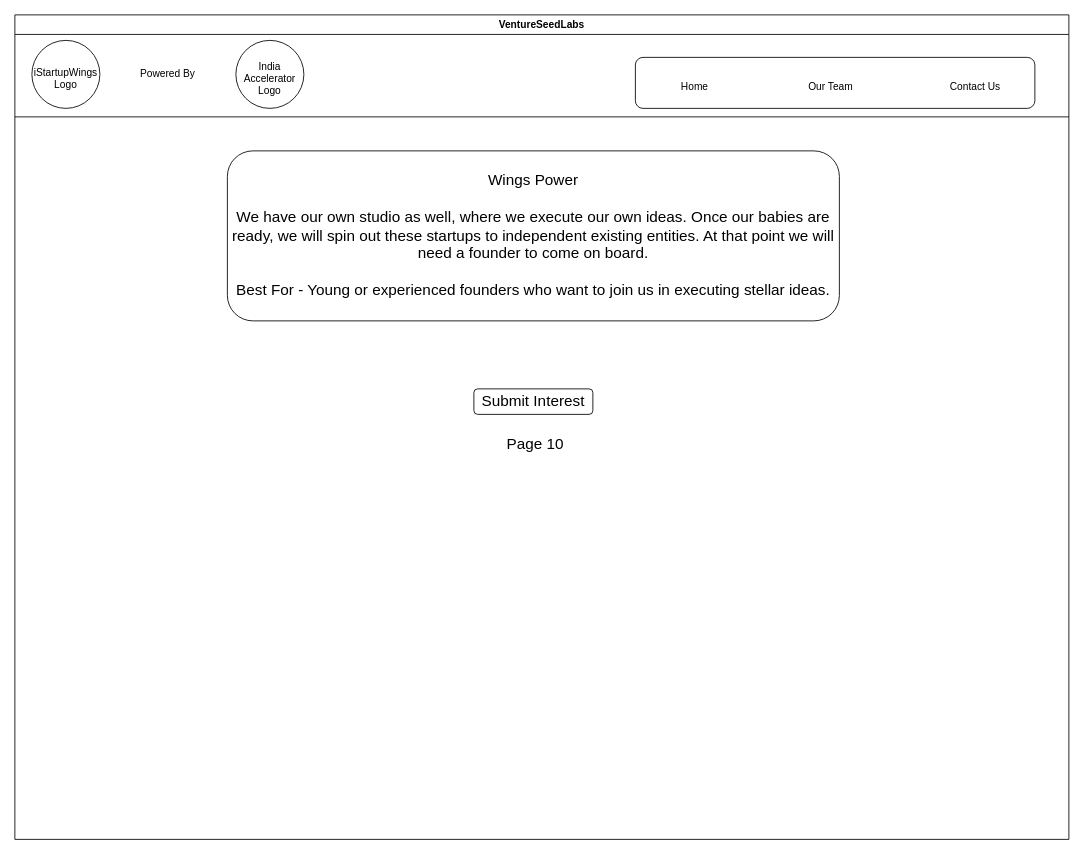
Earlier version of the draw.io diagram page "Wings Power" (5 of 13) of iStartupWings.drawio (snair0410/story). Source tidied: cells renumbered, new cells numbered last; positions are measured from the earlier drawing's top-left corner, leaving out a move shared by most shapes. Both pictures are drawn from the tidied source at 85%, with x=0, y=0 at pixel (14, 14).
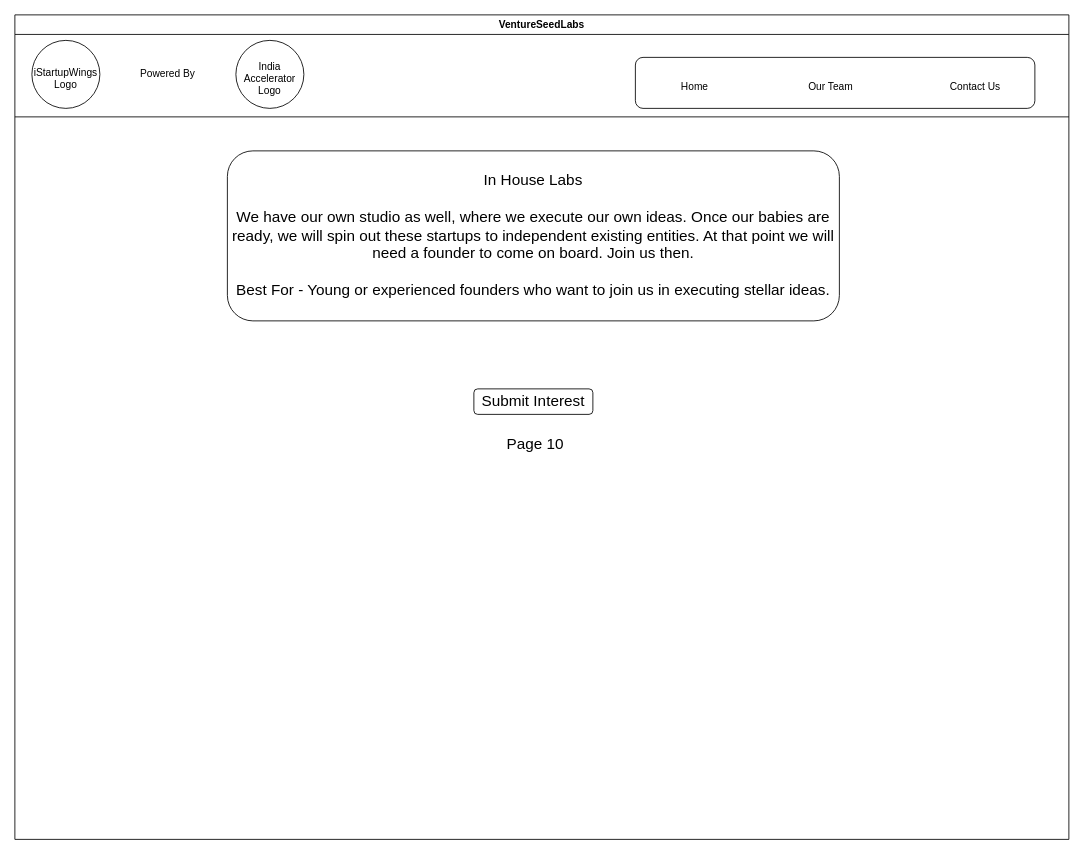
Above is the later version.

What changed in the source:
```diff
@@
 <mxGraphModel>
   <root>
     <mxCell id="0" />
     <mxCell id="1" parent="0" />
     <mxCell id="2" value="VentureSeedLabs" style="swimlane;" parent="1" vertex="1">
       <mxGeometry width="1240" height="970" as="geometry" />
     </mxCell>
     <mxCell id="3" style="ellipse;whiteSpace=wrap;html=1;" parent="2" vertex="1">
       <mxGeometry x="20" y="30" width="80" height="80" as="geometry" />
     </mxCell>
     <mxCell id="4" value="iStartupWings Logo" style="text;html=1;strokeColor=none;fillColor=none;align=center;verticalAlign=middle;whiteSpace=wrap;rounded=0;" parent="2" vertex="1">
       <mxGeometry x="30" y="60" width="60" height="30" as="geometry" />
     </mxCell>
     <mxCell id="5" value="Powered By" style="text;html=1;strokeColor=none;fillColor=none;align=center;verticalAlign=middle;whiteSpace=wrap;rounded=0;" parent="2" vertex="1">
       <mxGeometry x="130" y="55" width="100" height="30" as="geometry" />
     </mxCell>
     <mxCell id="6" style="ellipse;whiteSpace=wrap;html=1;" parent="2" vertex="1">
       <mxGeometry x="260" y="30" width="80" height="80" as="geometry" />
     </mxCell>
     <mxCell id="7" value="India Accelerator Logo" style="text;html=1;strokeColor=none;fillColor=none;align=center;verticalAlign=middle;whiteSpace=wrap;rounded=0;" parent="2" vertex="1">
       <mxGeometry x="270" y="60" width="60" height="30" as="geometry" />
     </mxCell>
     <mxCell id="8" style="rounded=1;whiteSpace=wrap;html=1;" parent="2" vertex="1">
       <mxGeometry x="730" y="50" width="470" height="60" as="geometry" />
     </mxCell>
     <mxCell id="9" value="Home" style="text;html=1;strokeColor=none;fillColor=none;align=center;verticalAlign=middle;whiteSpace=wrap;rounded=0;" parent="2" vertex="1">
       <mxGeometry x="750" y="70" width="100" height="30" as="geometry" />
     </mxCell>
     <mxCell id="10" value="Our Team" style="text;html=1;strokeColor=none;fillColor=none;align=center;verticalAlign=middle;whiteSpace=wrap;rounded=0;" parent="2" vertex="1">
       <mxGeometry x="910" y="70" width="100" height="30" as="geometry" />
     </mxCell>
     <mxCell id="11" value="Contact Us" style="text;html=1;strokeColor=none;fillColor=none;align=center;verticalAlign=middle;whiteSpace=wrap;rounded=0;" parent="2" vertex="1">
       <mxGeometry x="1080" y="70" width="100" height="30" as="geometry" />
     </mxCell>
-    <mxCell id="12" value="&lt;div&gt;&lt;span style=&quot;font-size: 18px&quot;&gt;Wings Power&lt;/span&gt;&lt;/div&gt;&lt;div&gt;&lt;span style=&quot;font-size: 18px&quot;&gt;&lt;br&gt;&lt;/span&gt;&lt;/div&gt;&lt;div&gt;&lt;span style=&quot;font-size: 18px&quot;&gt;We have our own studio as well, where we execute our own ideas. Once our babies are ready, we will spin out these startups to independent existing entities. At that point we will need a founder to come on board.&lt;/span&gt;&lt;/div&gt;&lt;div&gt;&lt;span style=&quot;font-size: 18px&quot;&gt;&lt;br&gt;&lt;/span&gt;&lt;/div&gt;&lt;div&gt;&lt;span style=&quot;font-size: 18px&quot;&gt;Best For - Young or experienced founders who want to join us in executing stellar ideas.&lt;/span&gt;&lt;/div&gt;" style="rounded=1;whiteSpace=wrap;html=1;" parent="2" vertex="1">
+    <mxCell id="12" value="&lt;div&gt;&lt;span style=&quot;font-size: 18px&quot;&gt;In House Labs&lt;/span&gt;&lt;/div&gt;&lt;div&gt;&lt;span style=&quot;font-size: 18px&quot;&gt;&lt;br&gt;&lt;/span&gt;&lt;/div&gt;&lt;div&gt;&lt;span style=&quot;font-size: 18px&quot;&gt;We have our own studio as well, where we execute our own ideas. Once our babies are ready, we will spin out these startups to independent existing entities. At that point we will need a founder to come on board. Join us then.&lt;/span&gt;&lt;/div&gt;&lt;div&gt;&lt;span style=&quot;font-size: 18px&quot;&gt;&lt;br&gt;&lt;/span&gt;&lt;/div&gt;&lt;div&gt;&lt;span style=&quot;font-size: 18px&quot;&gt;Best For - Young or experienced founders who want to join us in executing stellar ideas.&lt;/span&gt;&lt;/div&gt;" style="rounded=1;whiteSpace=wrap;html=1;" parent="2" vertex="1">
       <mxGeometry x="250" y="160" width="720" height="200" as="geometry" />
     </mxCell>
     <mxCell id="13" value="Submit Interest" style="rounded=1;whiteSpace=wrap;html=1;fontSize=18;" parent="2" vertex="1">
       <mxGeometry x="540" y="440" width="140" height="30" as="geometry" />
     </mxCell>
     <mxCell id="14" value="Page 10" style="text;html=1;strokeColor=none;fillColor=none;align=center;verticalAlign=middle;whiteSpace=wrap;rounded=0;fontSize=18;" parent="2" vertex="1">
       <mxGeometry x="570" y="490" width="85" height="30" as="geometry" />
     </mxCell>
     <mxCell id="15" style="endArrow=none;html=1;rounded=0;" parent="1" edge="1">
       <mxGeometry relative="1" as="geometry">
         <mxPoint y="120" as="sourcePoint" />
         <mxPoint x="1240" y="120" as="targetPoint" />
       </mxGeometry>
     </mxCell>
   </root>
 </mxGraphModel>
```
